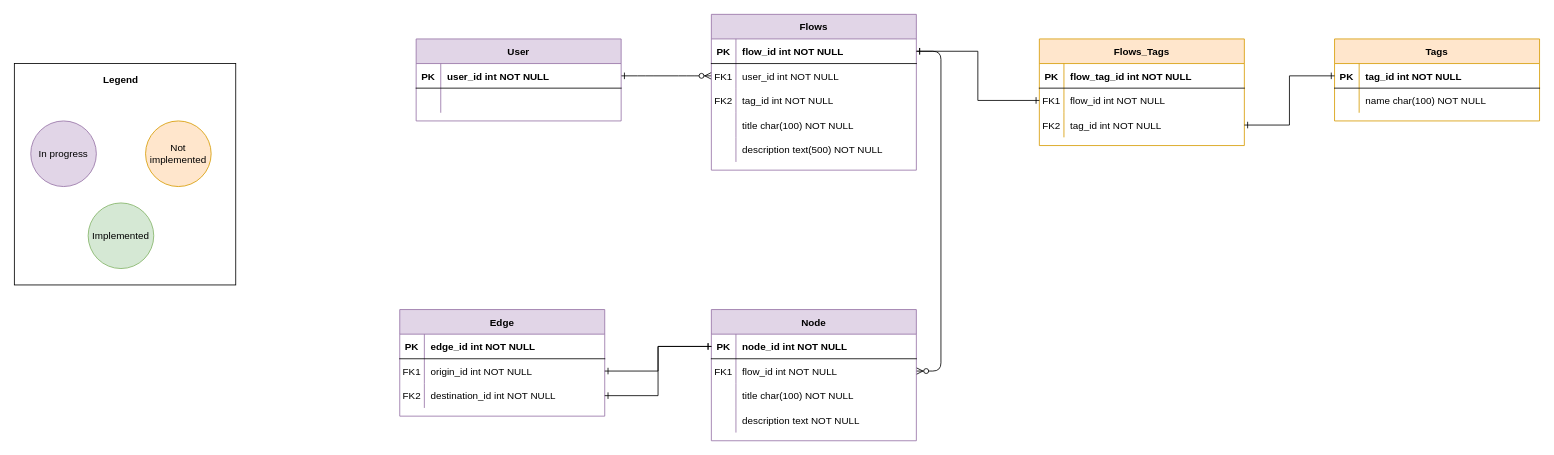
webtaken/get-aboard keeps this draw.io diagram as get-aboard.drawio. Above is the earlier version. Source tidied: cells renumbered, new cells numbered last; positions are measured from the earlier drawing's top-left corner, leaving out a move shared by most shapes. Both pictures are drawn from the tidied source at 82%, with x=0, y=0 at pixel (14, 14).
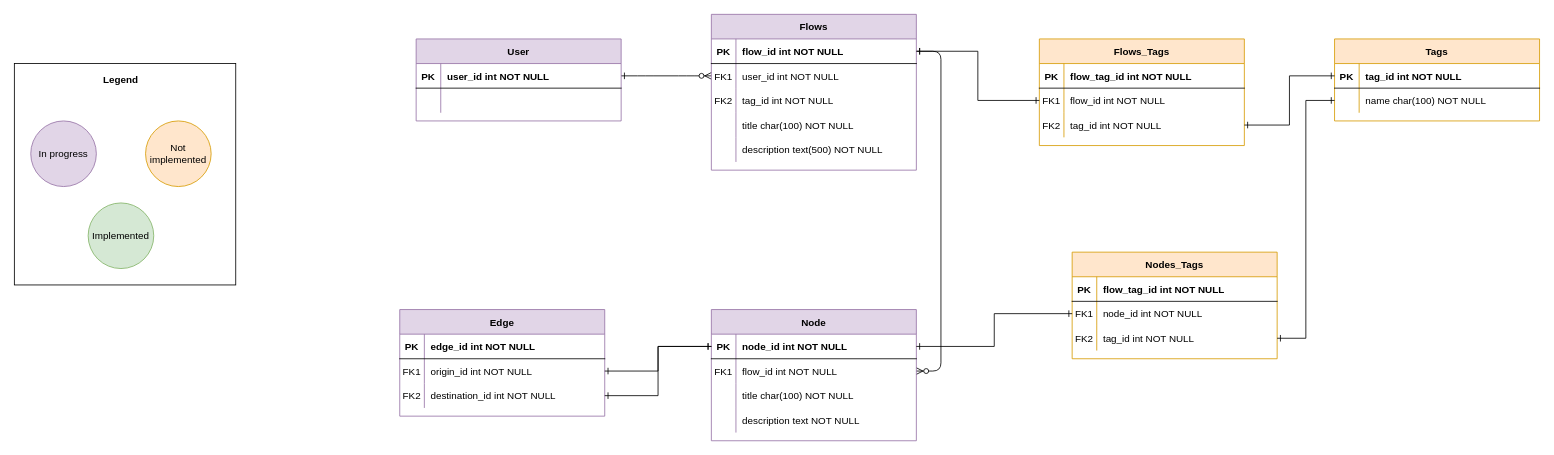
The same diagram, later.

Commit message:
Added get-aboard.drawio many-to-many table for nodes and tags

The change refers to these unchanged cells:
```xml
<mxCell id="22" style="shape=partialRectangle;fillColor=none;points=[[0,0.5],[1,0.5]];portConstraint=eastwest;top=0;left=0;right=0;bottom=1;" parent="21" vertex="1">
  <mxGeometry y="30" width="250" height="30" as="geometry" />
</mxCell>
<mxCell id="45" style="shape=partialRectangle;fillColor=none;points=[[0,0.5],[1,0.5]];portConstraint=eastwest;top=0;left=0;right=0;bottom=0;" parent="41" vertex="1">
  <mxGeometry y="60" width="250" height="30" as="geometry" />
</mxCell>
```

Change to the diagram source:
```diff
@@
+    <mxCell id="76" value="Nodes_Tags" style="shape=table;startSize=30;childLayout=tableLayout;rowLines=0;fontStyle=1;align=center;fillColor=#ffe6cc;strokeColor=#d79b00;" parent="1" vertex="1">
+      <mxGeometry x="1290" y="290" width="250" height="130" as="geometry" />
+    </mxCell>
+    <mxCell id="77" style="shape=partialRectangle;fillColor=none;top=0;left=0;right=0;bottom=1;" parent="76" vertex="1">
+      <mxGeometry y="30" width="250" height="30" as="geometry" />
+    </mxCell>
+    <mxCell id="78" value="PK" style="shape=partialRectangle;overflow=hidden;fillColor=none;top=0;left=0;bottom=0;right=0;fontStyle=1;" parent="77" vertex="1">
+      <mxGeometry width="30" height="30" as="geometry" />
+    </mxCell>
+    <mxCell id="79" value="flow_tag_id int NOT NULL " style="shape=partialRectangle;overflow=hidden;fillColor=none;top=0;left=0;bottom=0;right=0;align=left;spacingLeft=6;fontStyle=1;" parent="77" vertex="1">
+      <mxGeometry x="30" width="220" height="30" as="geometry" />
+    </mxCell>
+    <mxCell id="80" style="shape=partialRectangle;fillColor=none;points=[[0,0.5],[1,0.5]];portConstraint=eastwest;top=0;left=0;right=0;bottom=0;" parent="76" vertex="1">
+      <mxGeometry y="60" width="250" height="30" as="geometry" />
+    </mxCell>
+    <mxCell id="81" value="FK1" style="shape=partialRectangle;overflow=hidden;fillColor=none;top=0;left=0;bottom=0;right=0;" parent="80" vertex="1">
+      <mxGeometry width="30" height="30" as="geometry" />
+    </mxCell>
+    <mxCell id="82" value="node_id int NOT NULL" style="shape=partialRectangle;overflow=hidden;fillColor=none;top=0;left=0;bottom=0;right=0;align=left;spacingLeft=6;" parent="80" vertex="1">
+      <mxGeometry x="30" width="220" height="30" as="geometry" />
+    </mxCell>
+    <mxCell id="83" style="shape=partialRectangle;fillColor=none;points=[[0,0.5],[1,0.5]];portConstraint=eastwest;top=0;left=0;right=0;bottom=0;" parent="76" vertex="1">
+      <mxGeometry y="90" width="250" height="30" as="geometry" />
+    </mxCell>
+    <mxCell id="84" value="FK2" style="shape=partialRectangle;overflow=hidden;fillColor=none;top=0;left=0;bottom=0;right=0;" parent="83" vertex="1">
+      <mxGeometry width="30" height="30" as="geometry" />
+    </mxCell>
+    <mxCell id="85" value="tag_id int NOT NULL" style="shape=partialRectangle;overflow=hidden;fillColor=none;top=0;left=0;bottom=0;right=0;align=left;spacingLeft=6;" parent="83" vertex="1">
+      <mxGeometry x="30" width="220" height="30" as="geometry" />
+    </mxCell>
+    <mxCell id="86" style="edgeStyle=orthogonalEdgeStyle;rounded=0;jettySize=auto;html=1;entryX=0;entryY=0.5;entryDx=0;entryDy=0;endArrow=ERone;endFill=0;startArrow=ERone;startFill=0;" parent="1" edge="1" source="22" target="80">
+      <mxGeometry relative="1" as="geometry" />
+    </mxCell>
+    <mxCell id="87" style="edgeStyle=orthogonalEdgeStyle;rounded=0;jettySize=auto;html=1;exitX=1;exitY=0.5;exitDx=0;exitDy=0;entryX=0;entryY=0.5;entryDx=0;entryDy=0;endArrow=ERone;endFill=0;startArrow=ERone;startFill=0;" parent="1" edge="1" source="83" target="45">
+      <mxGeometry relative="1" as="geometry" />
+    </mxCell>
```
